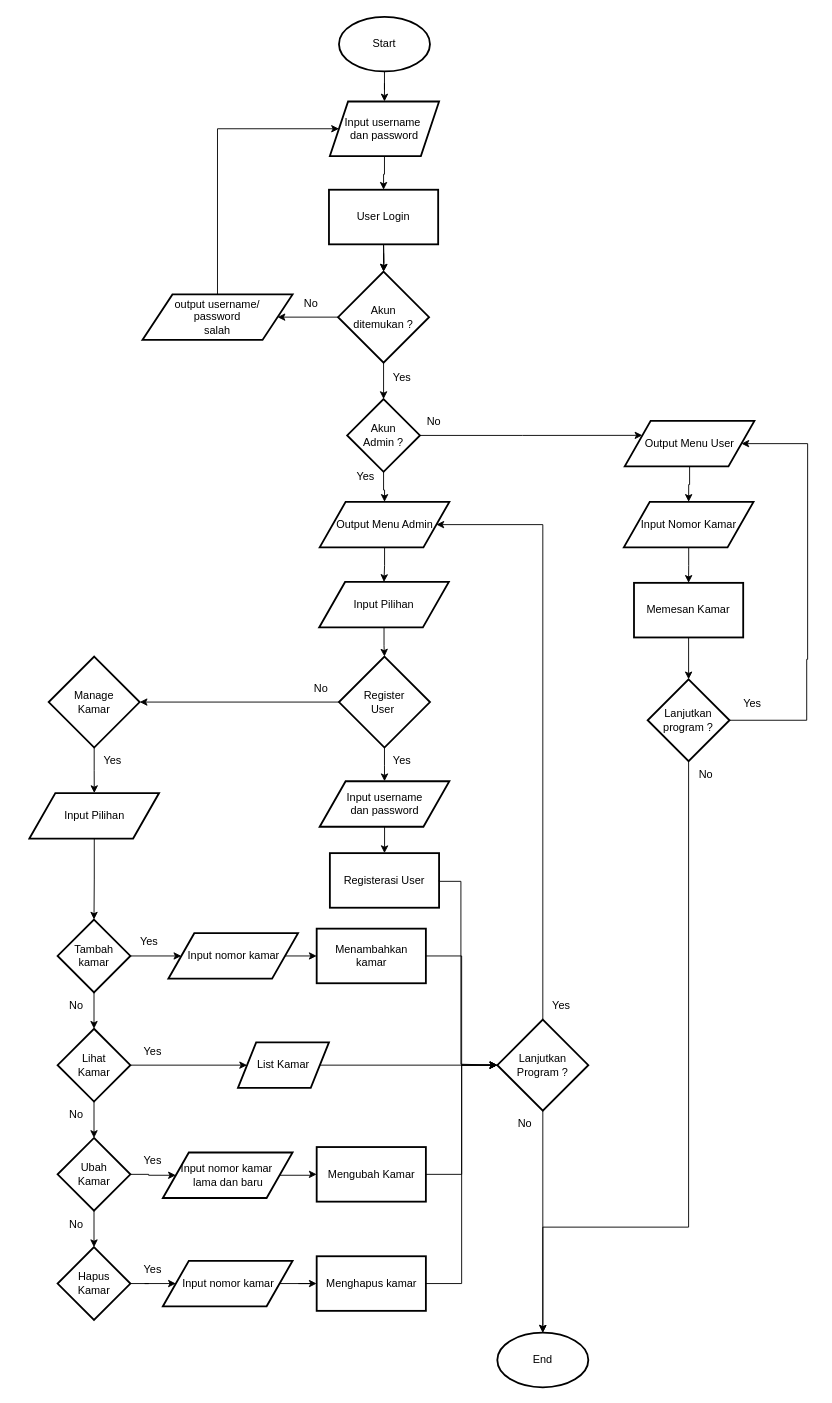
Earlier version of the draw.io diagram Post-Test/Post-Test-7/2409106005_MuhammadHaykalMakhmud_POSTTEST7.drawio (ORU25/Praktikum-APD). Source tidied: cells renumbered, new cells numbered last; positions are measured from the earlier drawing's top-left corner, leaving out a move shared by most shapes. Both pictures are drawn from the tidied source at 91%, with x=0, y=0 at pixel (29, 16).
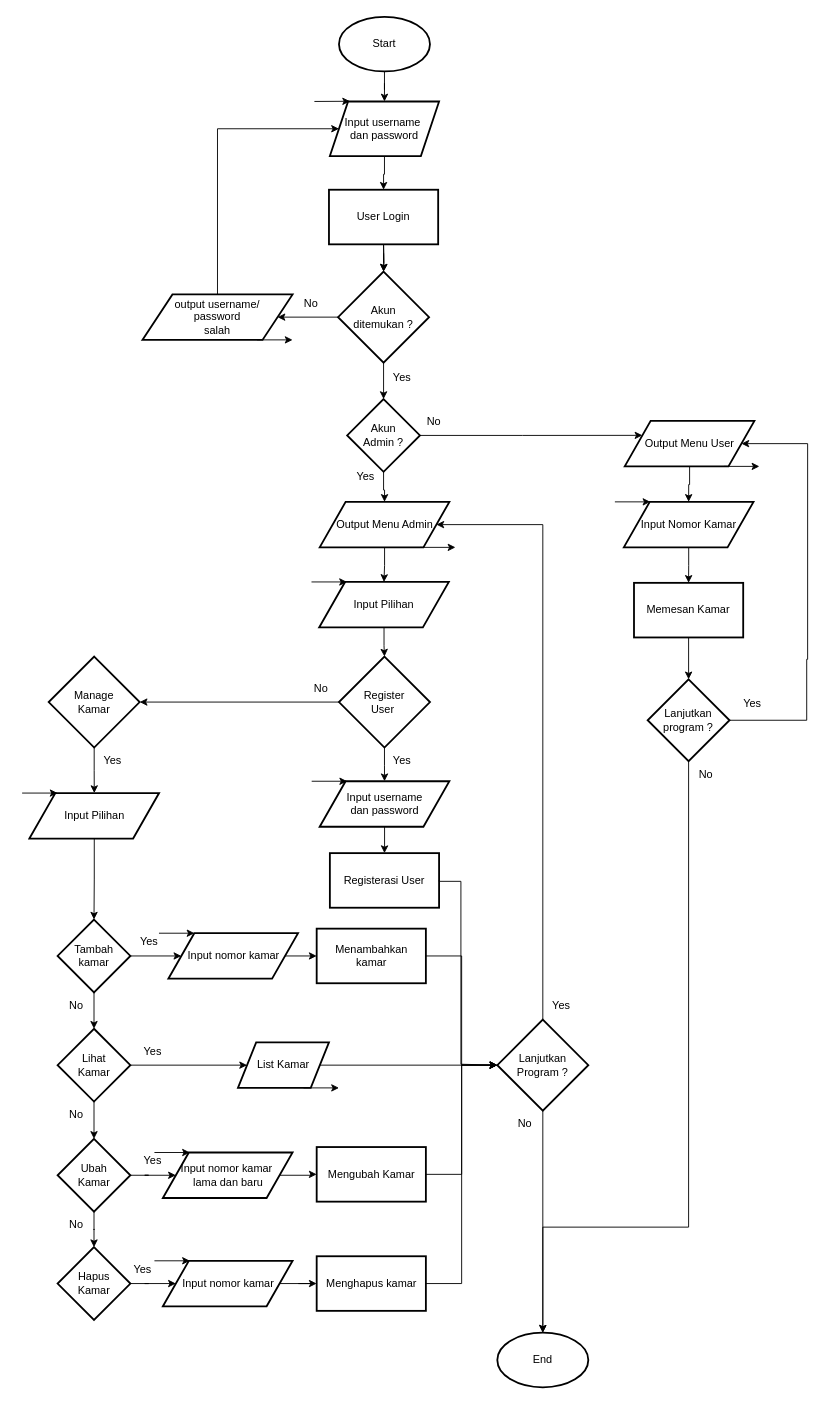
The same diagram, later.

Change to the diagram source:
```diff
@@
     <mxCell id="45" value="Ubah&lt;div&gt;Kamar&lt;/div&gt;" style="rhombus;whiteSpace=wrap;html=1;strokeWidth=2;" parent="1" vertex="1">
-      <mxGeometry x="30.8" y="1232" width="80" height="80" as="geometry" />
+      <mxGeometry x="30.8" y="1233" width="80" height="80" as="geometry" />
     </mxCell>
@@
     <mxCell id="53" value="Yes" style="text;html=1;align=center;verticalAlign=middle;strokeColor=none;fillColor=none;" parent="1" vertex="1">
-      <mxGeometry x="115" y="1362" width="40" height="30" as="geometry" />
+      <mxGeometry x="104" y="1362" width="40" height="30" as="geometry" />
     </mxCell>
@@
+    <mxCell id="88" style="endArrow=classic;html=1;rounded=0;entryX=0.193;entryY=-0.003;entryDx=0;entryDy=0;entryPerimeter=0;" parent="1" edge="1">
+      <mxGeometry relative="1" as="geometry">
+        <mxPoint x="313" y="93" as="sourcePoint" />
+        <mxPoint x="352.2" y="92.8" as="targetPoint" />
+      </mxGeometry>
+    </mxCell>
+    <mxCell id="89" style="endArrow=classic;html=1;rounded=0;entryX=0.193;entryY=-0.003;entryDx=0;entryDy=0;entryPerimeter=0;" parent="1" edge="1">
+      <mxGeometry relative="1" as="geometry">
+        <mxPoint x="429" y="583" as="sourcePoint" />
+        <mxPoint x="468" y="583" as="targetPoint" />
+      </mxGeometry>
+    </mxCell>
+    <mxCell id="90" style="endArrow=classic;html=1;rounded=0;entryX=0.193;entryY=-0.003;entryDx=0;entryDy=0;entryPerimeter=0;" parent="1" edge="1">
+      <mxGeometry relative="1" as="geometry">
+        <mxPoint x="309.8" y="621" as="sourcePoint" />
+        <mxPoint x="348.8" y="621" as="targetPoint" />
+      </mxGeometry>
+    </mxCell>
+    <mxCell id="91" style="endArrow=classic;html=1;rounded=0;entryX=0.193;entryY=-0.003;entryDx=0;entryDy=0;entryPerimeter=0;" parent="1" edge="1">
+      <mxGeometry relative="1" as="geometry">
+        <mxPoint x="310" y="840" as="sourcePoint" />
+        <mxPoint x="349" y="840" as="targetPoint" />
+      </mxGeometry>
+    </mxCell>
+    <mxCell id="92" style="endArrow=classic;html=1;rounded=0;entryX=0.193;entryY=-0.003;entryDx=0;entryDy=0;entryPerimeter=0;" parent="1" edge="1">
+      <mxGeometry relative="1" as="geometry">
+        <mxPoint x="142.2" y="1007" as="sourcePoint" />
+        <mxPoint x="181.2" y="1007" as="targetPoint" />
+      </mxGeometry>
+    </mxCell>
+    <mxCell id="93" style="endArrow=classic;html=1;rounded=0;entryX=0.193;entryY=-0.003;entryDx=0;entryDy=0;entryPerimeter=0;" parent="1" edge="1">
+      <mxGeometry relative="1" as="geometry">
+        <mxPoint x="-8.2" y="853" as="sourcePoint" />
+        <mxPoint x="30.8" y="853" as="targetPoint" />
+      </mxGeometry>
+    </mxCell>
+    <mxCell id="94" style="endArrow=classic;html=1;rounded=0;entryX=0.193;entryY=-0.003;entryDx=0;entryDy=0;entryPerimeter=0;" parent="1" edge="1">
+      <mxGeometry relative="1" as="geometry">
+        <mxPoint x="137.2" y="1248" as="sourcePoint" />
+        <mxPoint x="176.2" y="1248" as="targetPoint" />
+      </mxGeometry>
+    </mxCell>
+    <mxCell id="95" style="endArrow=classic;html=1;rounded=0;entryX=0.193;entryY=-0.003;entryDx=0;entryDy=0;entryPerimeter=0;" parent="1" edge="1">
+      <mxGeometry relative="1" as="geometry">
+        <mxPoint x="137.2" y="1367" as="sourcePoint" />
+        <mxPoint x="176.2" y="1367" as="targetPoint" />
+      </mxGeometry>
+    </mxCell>
+    <mxCell id="96" style="endArrow=classic;html=1;rounded=0;entryX=0.193;entryY=-0.003;entryDx=0;entryDy=0;entryPerimeter=0;" parent="1" edge="1">
+      <mxGeometry relative="1" as="geometry">
+        <mxPoint x="250" y="355" as="sourcePoint" />
+        <mxPoint x="289" y="355" as="targetPoint" />
+      </mxGeometry>
+    </mxCell>
+    <mxCell id="97" style="endArrow=classic;html=1;rounded=0;entryX=0.193;entryY=-0.003;entryDx=0;entryDy=0;entryPerimeter=0;" parent="1" edge="1">
+      <mxGeometry relative="1" as="geometry">
+        <mxPoint x="643.2" y="533" as="sourcePoint" />
+        <mxPoint x="682.2" y="533" as="targetPoint" />
+      </mxGeometry>
+    </mxCell>
+    <mxCell id="98" style="endArrow=classic;html=1;rounded=0;entryX=0.193;entryY=-0.003;entryDx=0;entryDy=0;entryPerimeter=0;" parent="1" edge="1">
+      <mxGeometry relative="1" as="geometry">
+        <mxPoint x="763" y="494" as="sourcePoint" />
+        <mxPoint x="802" y="494" as="targetPoint" />
+      </mxGeometry>
+    </mxCell>
+    <mxCell id="99" style="endArrow=classic;html=1;rounded=0;entryX=0.193;entryY=-0.003;entryDx=0;entryDy=0;entryPerimeter=0;" parent="1" edge="1">
+      <mxGeometry relative="1" as="geometry">
+        <mxPoint x="301" y="1177" as="sourcePoint" />
+        <mxPoint x="340" y="1177" as="targetPoint" />
+      </mxGeometry>
+    </mxCell>
```
